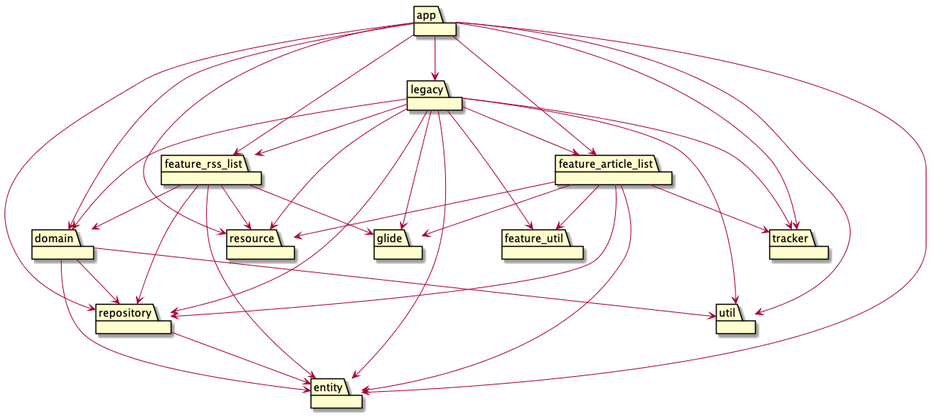
Before: modules.png, a diagram exported from PlantUML (phicdy/MyCuration). Its source is kept beside it as modules.plantuml.
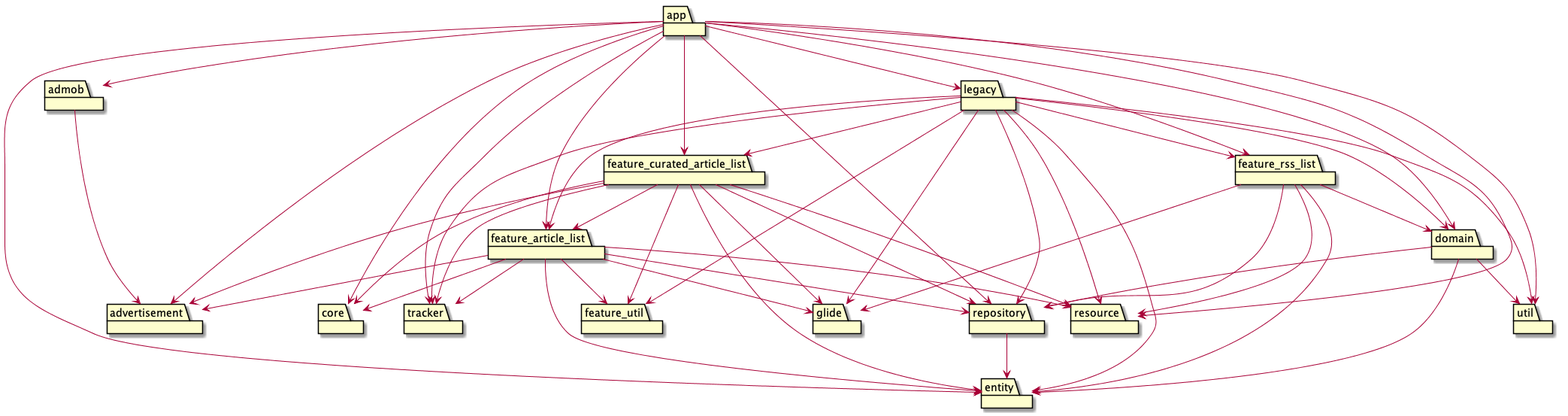
After the commit.

Commit message:
Project: Update module dependencies

Diff of the diagram source:
```diff
@@ -1,11 +1,15 @@
 @startuml
 
 package app
+package advertisement
+package admob
+package core
 package repository
 package entity
 package domain
 package legacy
 package feature_article_list
+package feature_curated_article_list
 package feature_rss_list
 package feature_util
 package glide
@@ -18,10 +22,16 @@
 app -down-> domain
 app -down-> legacy
 app -down-> feature_article_list
+app -down-> feature_curated_article_list
 app -down-> feature_rss_list
 app -down-> resource
 app -down-> util
 app -down-> tracker
+app -down-> core
+app -down-> advertisement
+app -down-> admob
+
+admob -down-> advertisement
 
 domain -down-> entity
 domain -down-> repository
@@ -33,6 +43,18 @@
 feature_article_list -down-> feature_util
 feature_article_list -down-> resource
 feature_article_list -down-> tracker
+feature_article_list -down-> core
+feature_article_list -down-> advertisement
+
+feature_curated_article_list -down-> core
+feature_curated_article_list -down-> entity
+feature_curated_article_list -down-> feature_article_list
+feature_curated_article_list -down-> repository
+feature_curated_article_list -down-> glide
+feature_curated_article_list -down-> feature_util
+feature_curated_article_list -down-> resource
+feature_curated_article_list -down-> tracker
+feature_curated_article_list -down-> advertisement
 
 feature_rss_list -down-> repository
 feature_rss_list -down-> domain
@@ -45,6 +67,7 @@
 legacy -down-> domain
 legacy -down-> feature_util
 legacy -down-> feature_article_list
+legacy -down-> feature_curated_article_list
 legacy -down-> feature_rss_list
 legacy -down-> resource
 legacy -down-> util
```
